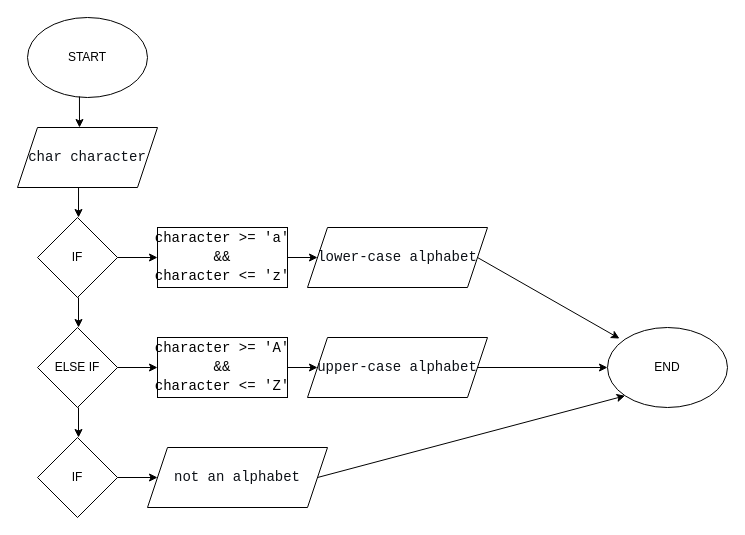
Above: Práctico 1 Ejercicio 5.drawio in Kal222000/Diagramas-De-Flujo (draw.io), before the change. Source tidied: cells renumbered, new cells numbered last; positions are measured from the earlier drawing's top-left corner, leaving out a move shared by most shapes. Both pictures are drawn from the tidied source at 100%, with x=0, y=0 at pixel (17, 17).
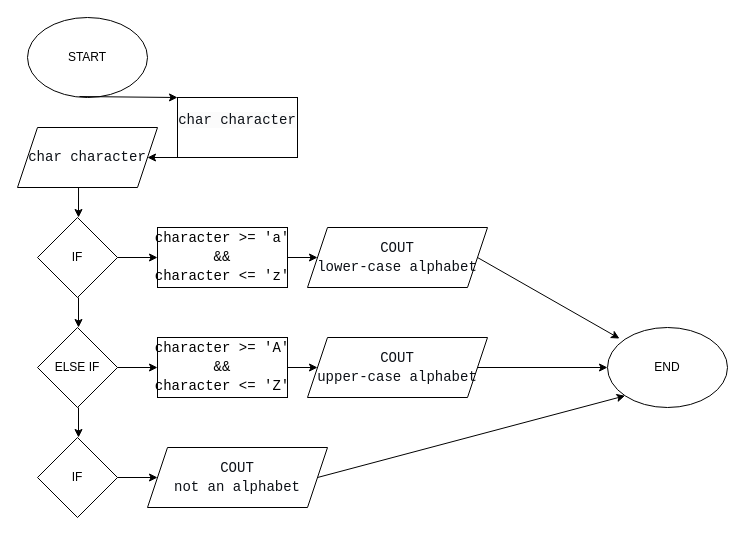
Above is the later version.

Unchanged cells that the change refers to:
```xml
<mxCell id="2" value="START" style="ellipse;whiteSpace=wrap;html=1;" parent="1" vertex="1">
  <mxGeometry x="10" width="120" height="80" as="geometry" />
</mxCell>
<mxCell id="4" value="&lt;div style=&quot;font-family: Consolas, &amp;quot;Courier New&amp;quot;, monospace; font-size: 14px; line-height: 19px; white-space: pre;&quot;&gt;&lt;font style=&quot;&quot; color=&quot;#0d1117&quot;&gt;char character&lt;/font&gt;&lt;/div&gt;" style="shape=parallelogram;perimeter=parallelogramPerimeter;whiteSpace=wrap;html=1;fixedSize=1;" parent="1" vertex="1">
  <mxGeometry y="110" width="140" height="60" as="geometry" />
</mxCell>
```

Change to the diagram source:
```diff
@@
-    <mxCell id="3" style="endArrow=classic;html=1;rounded=0;exitX=0.433;exitY=0.988;exitDx=0;exitDy=0;exitPerimeter=0;" parent="1" edge="1" source="2">
-      <mxGeometry relative="1" as="geometry">
-        <mxPoint x="62" y="110" as="targetPoint" />
-      </mxGeometry>
+    <mxCell id="3" style="endArrow=classic;html=1;rounded=0;exitX=0.433;exitY=0.988;exitDx=0;exitDy=0;exitPerimeter=0;entryX=0;entryY=0;entryDx=0;entryDy=0;" parent="1" edge="1" source="2" target="25">
+      <mxGeometry relative="1" as="geometry" />
     </mxCell>
@@
-    <mxCell id="16" value="&lt;div style=&quot;font-family: Consolas, &amp;quot;Courier New&amp;quot;, monospace; font-size: 14px; line-height: 19px; white-space: pre;&quot;&gt;&lt;font style=&quot;&quot; color=&quot;#0d1117&quot;&gt;lower-case alphabet&lt;/font&gt;&lt;/div&gt;" style="shape=parallelogram;perimeter=parallelogramPerimeter;whiteSpace=wrap;html=1;fixedSize=1;" parent="1" vertex="1">
+    <mxCell id="16" value="&lt;div style=&quot;font-family: Consolas, &amp;quot;Courier New&amp;quot;, monospace; font-size: 14px; line-height: 19px; white-space: pre;&quot;&gt;&lt;font style=&quot;&quot; color=&quot;#0d1117&quot;&gt;COUT&lt;/font&gt;&lt;/div&gt;&lt;div style=&quot;font-family: Consolas, &amp;quot;Courier New&amp;quot;, monospace; font-size: 14px; line-height: 19px; white-space: pre;&quot;&gt;&lt;font style=&quot;&quot; color=&quot;#0d1117&quot;&gt;lower-case alphabet&lt;/font&gt;&lt;/div&gt;" style="shape=parallelogram;perimeter=parallelogramPerimeter;whiteSpace=wrap;html=1;fixedSize=1;" parent="1" vertex="1">
       <mxGeometry x="290" y="210" width="180" height="60" as="geometry" />
     </mxCell>
@@
-    <mxCell id="19" value="&lt;div style=&quot;font-family: Consolas, &amp;quot;Courier New&amp;quot;, monospace; font-size: 14px; line-height: 19px; white-space: pre;&quot;&gt;&lt;font style=&quot;&quot; color=&quot;#0d1117&quot;&gt;upper-case alphabet&lt;/font&gt;&lt;/div&gt;" style="shape=parallelogram;perimeter=parallelogramPerimeter;whiteSpace=wrap;html=1;fixedSize=1;" parent="1" vertex="1">
+    <mxCell id="19" value="&lt;div style=&quot;font-family: Consolas, &amp;quot;Courier New&amp;quot;, monospace; font-size: 14px; line-height: 19px; white-space: pre;&quot;&gt;&lt;font style=&quot;&quot; color=&quot;#0d1117&quot;&gt;COUT&lt;/font&gt;&lt;/div&gt;&lt;div style=&quot;font-family: Consolas, &amp;quot;Courier New&amp;quot;, monospace; font-size: 14px; line-height: 19px; white-space: pre;&quot;&gt;&lt;font style=&quot;&quot; color=&quot;#0d1117&quot;&gt;upper-case alphabet&lt;/font&gt;&lt;/div&gt;" style="shape=parallelogram;perimeter=parallelogramPerimeter;whiteSpace=wrap;html=1;fixedSize=1;" parent="1" vertex="1">
       <mxGeometry x="290" y="320" width="180" height="60" as="geometry" />
     </mxCell>
-    <mxCell id="20" value="&lt;div style=&quot;font-family: Consolas, &amp;quot;Courier New&amp;quot;, monospace; font-size: 14px; line-height: 19px; white-space: pre;&quot;&gt;&lt;font style=&quot;&quot; color=&quot;#0d1117&quot;&gt;not an alphabet&lt;/font&gt;&lt;/div&gt;" style="shape=parallelogram;perimeter=parallelogramPerimeter;whiteSpace=wrap;html=1;fixedSize=1;" parent="1" vertex="1">
+    <mxCell id="20" value="&lt;div style=&quot;font-family: Consolas, &amp;quot;Courier New&amp;quot;, monospace; font-size: 14px; line-height: 19px; white-space: pre;&quot;&gt;&lt;font style=&quot;&quot; color=&quot;#0d1117&quot;&gt;COUT&lt;/font&gt;&lt;/div&gt;&lt;div style=&quot;font-family: Consolas, &amp;quot;Courier New&amp;quot;, monospace; font-size: 14px; line-height: 19px; white-space: pre;&quot;&gt;&lt;font style=&quot;&quot; color=&quot;#0d1117&quot;&gt;not an alphabet&lt;/font&gt;&lt;/div&gt;" style="shape=parallelogram;perimeter=parallelogramPerimeter;whiteSpace=wrap;html=1;fixedSize=1;" parent="1" vertex="1">
       <mxGeometry x="130" y="430" width="180" height="60" as="geometry" />
     </mxCell>
@@
+    <mxCell id="25" value="&#10;&lt;span style=&quot;color: rgb(13, 17, 23); font-family: Consolas, &amp;quot;Courier New&amp;quot;, monospace; font-size: 14px; font-style: normal; font-variant-ligatures: normal; font-variant-caps: normal; font-weight: 400; letter-spacing: normal; orphans: 2; text-align: center; text-indent: 0px; text-transform: none; widows: 2; word-spacing: 0px; -webkit-text-stroke-width: 0px; white-space: pre; background-color: rgb(251, 251, 251); text-decoration-thickness: initial; text-decoration-style: initial; text-decoration-color: initial; display: inline !important; float: none;&quot;&gt;char character&lt;/span&gt;&#10;&#10;" style="rounded=0;whiteSpace=wrap;html=1;" parent="1" vertex="1">
+      <mxGeometry x="160" y="80" width="120" height="60" as="geometry" />
+    </mxCell>
+    <mxCell id="26" style="endArrow=classic;html=1;rounded=0;exitX=0;exitY=1;exitDx=0;exitDy=0;entryX=1;entryY=0.5;entryDx=0;entryDy=0;" parent="1" edge="1" source="25" target="4">
+      <mxGeometry relative="1" as="geometry" />
+    </mxCell>
```
